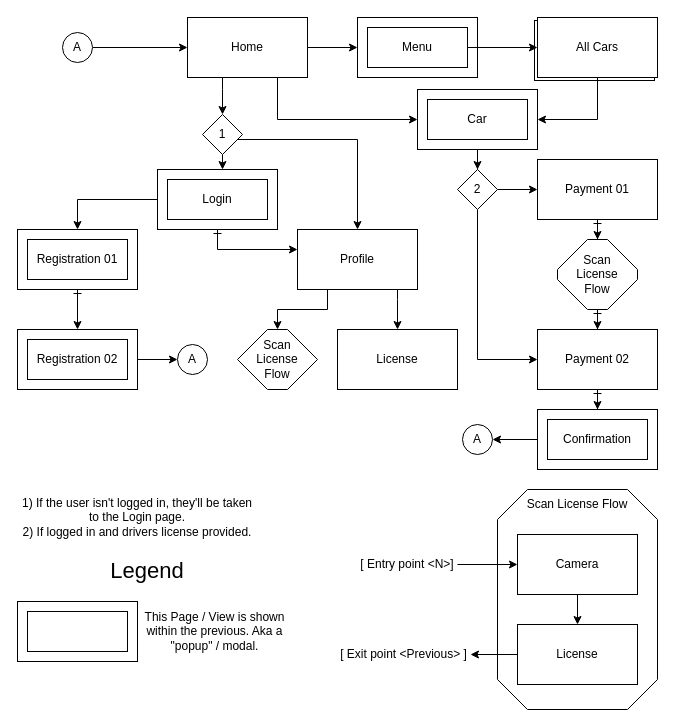
Earlier version of the draw.io diagram documentation/navigation.drawio (lilybw/MSD-GR6-REACT-NATIVE). Source tidied: cells renumbered, new cells numbered last; positions are measured from the earlier drawing's top-left corner, leaving out a move shared by most shapes. Both pictures are drawn from the tidied source at 100%, with x=0, y=0 at pixel (17, 17).
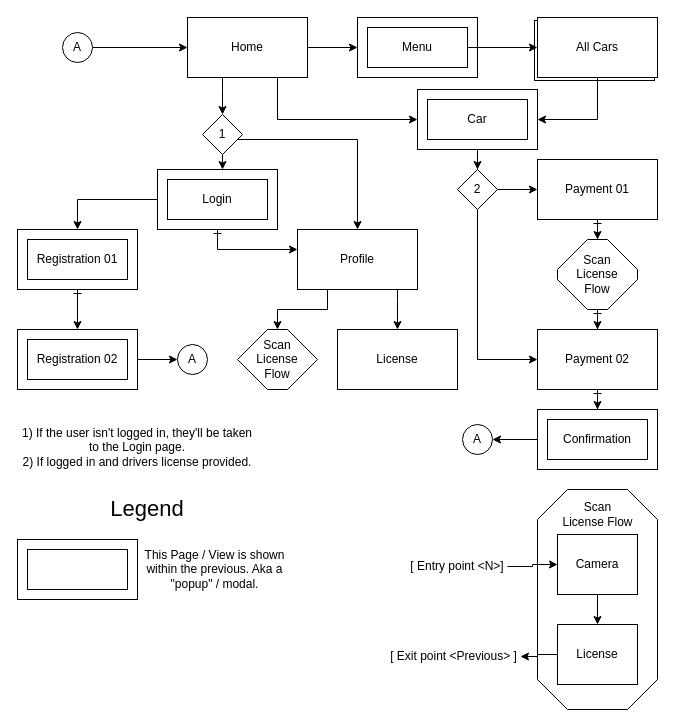
Above is the later version.

Change to the diagram source:
```diff
@@
     <mxCell id="13" value="1) If the user isn't logged in, they'll be taken to the Login page.&lt;br&gt;2) If logged in and drivers license provided." style="text;html=1;strokeColor=none;fillColor=none;align=center;verticalAlign=middle;whiteSpace=wrap;rounded=0;" parent="1" vertex="1">
-      <mxGeometry y="472" width="240" height="55" as="geometry" />
+      <mxGeometry y="402" width="240" height="55" as="geometry" />
     </mxCell>
@@
     <mxCell id="38" style="whiteSpace=wrap;html=1;shape=mxgraph.basic.octagon2;align=center;verticalAlign=middle;dx=15;" parent="1" vertex="1">
-      <mxGeometry x="480" y="472" width="160" height="220" as="geometry" />
+      <mxGeometry x="520" y="472" width="120" height="220" as="geometry" />
     </mxCell>
@@
     <mxCell id="40" value="[ Entry point &amp;lt;N&amp;gt;]" style="text;html=1;strokeColor=none;fillColor=none;align=center;verticalAlign=middle;whiteSpace=wrap;rounded=0;" parent="1" vertex="1">
-      <mxGeometry x="340" y="532" width="100" height="30" as="geometry" />
+      <mxGeometry x="390" y="534" width="100" height="30" as="geometry" />
     </mxCell>
-    <mxCell id="41" value="Scan License Flow" style="text;html=1;strokeColor=none;fillColor=none;align=center;verticalAlign=middle;whiteSpace=wrap;rounded=0;" parent="1" vertex="1">
-      <mxGeometry x="495" y="472" width="130" height="30" as="geometry" />
+    <mxCell id="41" value="Scan &lt;br&gt;License Flow" style="text;html=1;strokeColor=none;fillColor=none;align=center;verticalAlign=middle;whiteSpace=wrap;rounded=0;" parent="1" vertex="1">
+      <mxGeometry x="532.5" y="482" width="95" height="30" as="geometry" />
     </mxCell>
@@
     <mxCell id="43" value="Camera" style="rounded=0;whiteSpace=wrap;html=1;" parent="1" vertex="1">
-      <mxGeometry x="500" y="517" width="120" height="60" as="geometry" />
+      <mxGeometry x="540" y="517" width="80" height="60" as="geometry" />
     </mxCell>
@@
     <mxCell id="45" value="License" style="rounded=0;whiteSpace=wrap;html=1;" parent="1" vertex="1">
-      <mxGeometry x="500" y="607" width="120" height="60" as="geometry" />
+      <mxGeometry x="540" y="607" width="80" height="60" as="geometry" />
     </mxCell>
     <mxCell id="46" value="[ Exit point &amp;lt;Previous&amp;gt; ]" style="text;html=1;strokeColor=none;fillColor=none;align=center;verticalAlign=middle;whiteSpace=wrap;rounded=0;" parent="1" vertex="1">
-      <mxGeometry x="320" y="622" width="133" height="30" as="geometry" />
+      <mxGeometry x="370" y="624" width="133" height="30" as="geometry" />
     </mxCell>
@@
     <mxCell id="52" style="rounded=0;whiteSpace=wrap;html=1;" parent="1" vertex="1">
-      <mxGeometry y="584" width="120" height="60" as="geometry" />
+      <mxGeometry y="522" width="120" height="60" as="geometry" />
     </mxCell>
     <mxCell id="53" style="rounded=0;whiteSpace=wrap;html=1;fillColor=none;" parent="1" vertex="1">
-      <mxGeometry x="10" y="594" width="100" height="40" as="geometry" />
+      <mxGeometry x="10" y="532" width="100" height="40" as="geometry" />
     </mxCell>
@@
     <mxCell id="56" value="&lt;font style=&quot;font-size: 22px;&quot;&gt;Legend&lt;/font&gt;" style="text;html=1;strokeColor=none;fillColor=none;align=center;verticalAlign=middle;whiteSpace=wrap;rounded=0;" parent="1" vertex="1">
-      <mxGeometry x="75" y="534" width="110" height="40" as="geometry" />
+      <mxGeometry x="75" y="472" width="110" height="40" as="geometry" />
     </mxCell>
     <mxCell id="57" value="This Page / View is shown within the previous. Aka a &quot;popup&quot; / modal." style="text;html=1;strokeColor=none;fillColor=none;align=center;verticalAlign=middle;whiteSpace=wrap;rounded=0;" parent="1" vertex="1">
-      <mxGeometry x="125" y="584" width="145" height="60" as="geometry" />
+      <mxGeometry x="125" y="522" width="145" height="60" as="geometry" />
     </mxCell>
```
